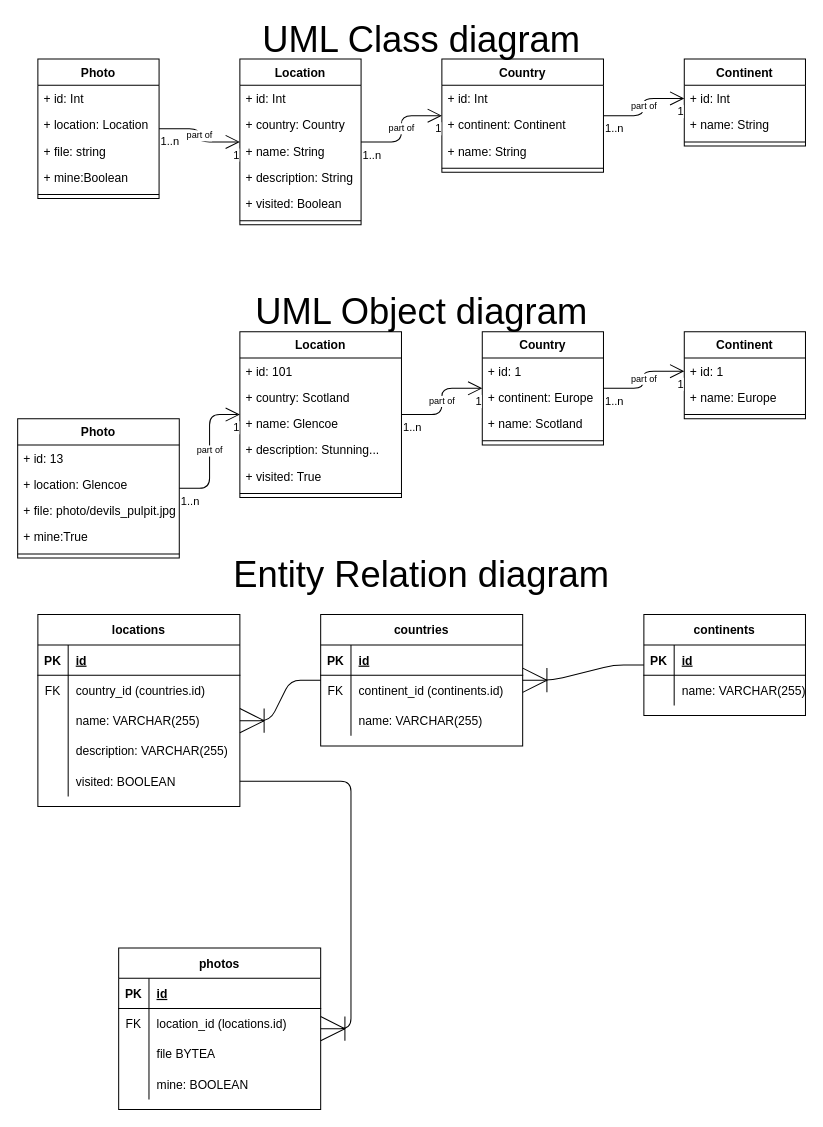
Michalju/PhotoApp keeps this draw.io diagram as page "UML Class diagram" (1 of 2) of Design/Design.drawio. Above is the earlier version. Source tidied: cells renumbered, new cells numbered last; positions are measured from the earlier drawing's top-left corner, leaving out a move shared by most shapes. Both pictures are drawn from the tidied source at 101%, with x=0, y=0 at pixel (17, 18).
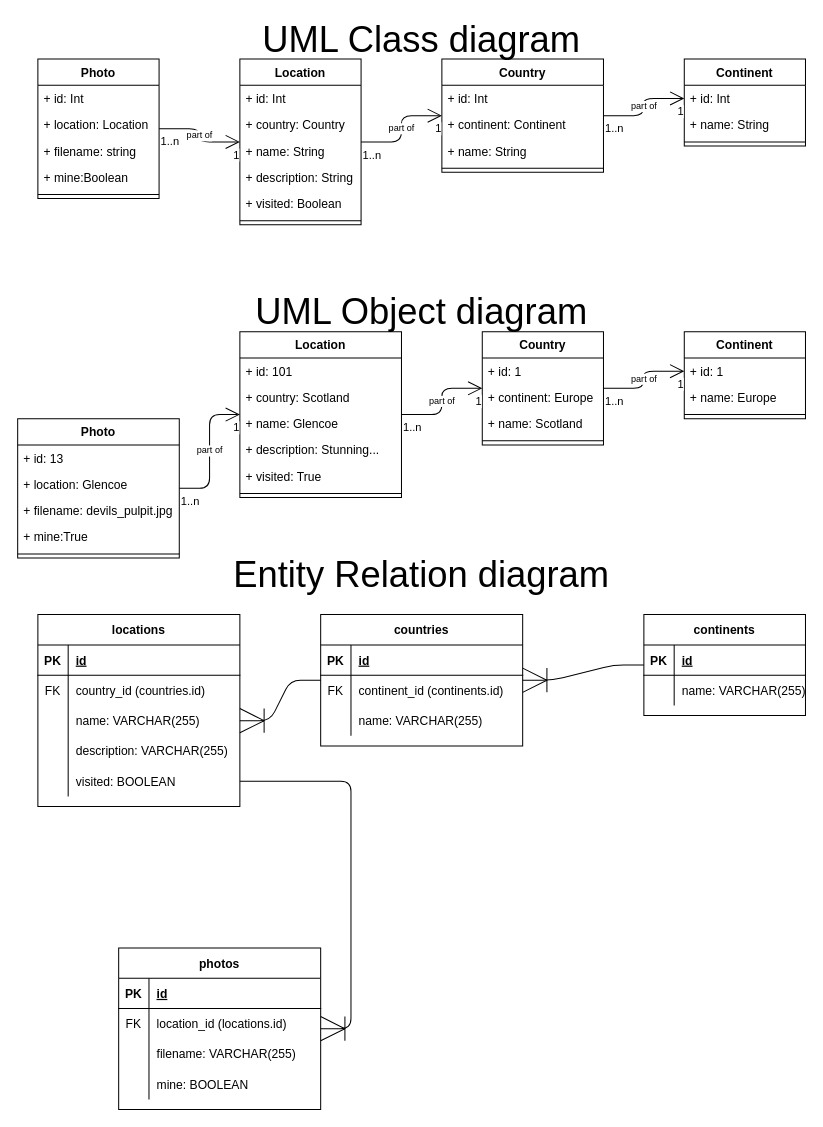
The same diagram, later.

Commit message (it also covers changes not shown here):
redesigned database and Photo class to store image filename as opposed to image itself

The change refers to these unchanged cells:
```xml
<mxCell id="84" value="Photo" style="swimlane;fontStyle=1;align=center;verticalAlign=top;horizontal=1;startSize=26;" parent="1" vertex="1">
  <mxGeometry x="20" y="40" width="120" height="138" as="geometry" />
</mxCell>
<mxCell id="93" value="Photo" style="swimlane;fontStyle=1;align=center;verticalAlign=top;horizontal=1;startSize=26;" parent="1" vertex="1">
  <mxGeometry y="396" width="160" height="138" as="geometry" />
</mxCell>
<mxCell id="109" style="shape=partialRectangle;fillColor=none;top=0;left=0;bottom=0;right=0;" parent="102" vertex="1">
  <mxGeometry y="90" width="200" height="30" as="geometry" />
</mxCell>
```

The edit, as a diff of the source:
```diff
@@
-    <mxCell id="87" value="+ file: string" style="text;strokeColor=none;fillColor=none;align=left;verticalAlign=top;spacingLeft=4;spacingRight=4;overflow=hidden;" parent="84" vertex="1">
+    <mxCell id="87" value="+ filename: string" style="text;strokeColor=none;fillColor=none;align=left;verticalAlign=top;spacingLeft=4;spacingRight=4;overflow=hidden;" parent="84" vertex="1">
       <mxGeometry y="78" width="120" height="26" as="geometry" />
     </mxCell>
@@
-    <mxCell id="96" value="+ file: photo/devils_pulpit.jpg" style="text;strokeColor=none;fillColor=none;align=left;verticalAlign=top;spacingLeft=4;spacingRight=4;overflow=hidden;" parent="93" vertex="1">
+    <mxCell id="96" value="+ filename: devils_pulpit.jpg" style="text;strokeColor=none;fillColor=none;align=left;verticalAlign=top;spacingLeft=4;spacingRight=4;overflow=hidden;" parent="93" vertex="1">
       <mxGeometry y="78" width="160" height="26" as="geometry" />
     </mxCell>
@@
-    <mxCell id="111" value="file BYTEA" style="shape=partialRectangle;fillColor=none;top=0;left=0;bottom=0;right=0;align=left;spacingLeft=6;overflow=hidden;" parent="109" vertex="1">
+    <mxCell id="111" value="filename: VARCHAR(255)" style="shape=partialRectangle;fillColor=none;top=0;left=0;bottom=0;right=0;align=left;spacingLeft=6;overflow=hidden;" parent="109" vertex="1">
       <mxGeometry x="30" width="170" height="30" as="geometry" />
     </mxCell>
```
